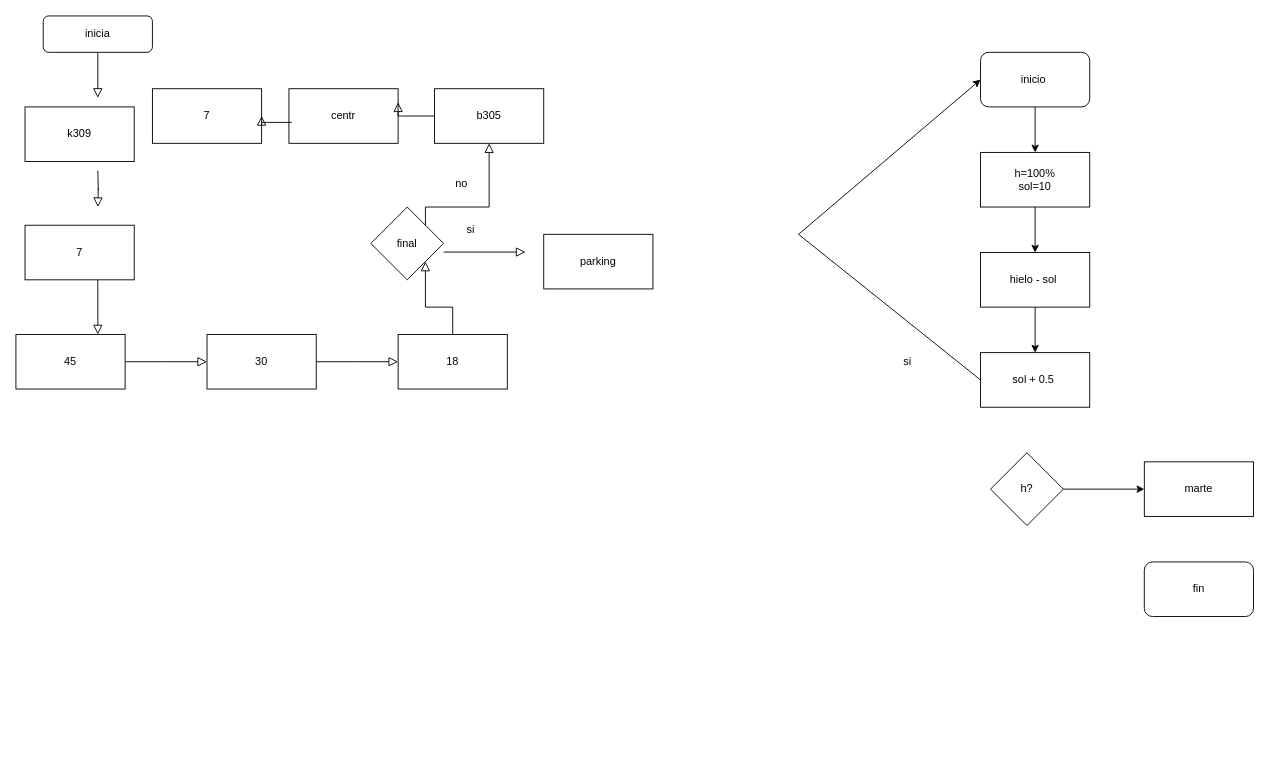
Before: Diagrama sin título.drawio in thomisanti/primer-semestre-, a draw.io diagram. Source tidied: cells renumbered, new cells numbered last; positions are measured from the earlier drawing's top-left corner, leaving out a move shared by most shapes. Both pictures are drawn from the tidied source at 91%, with x=0, y=0 at pixel (15, 15).
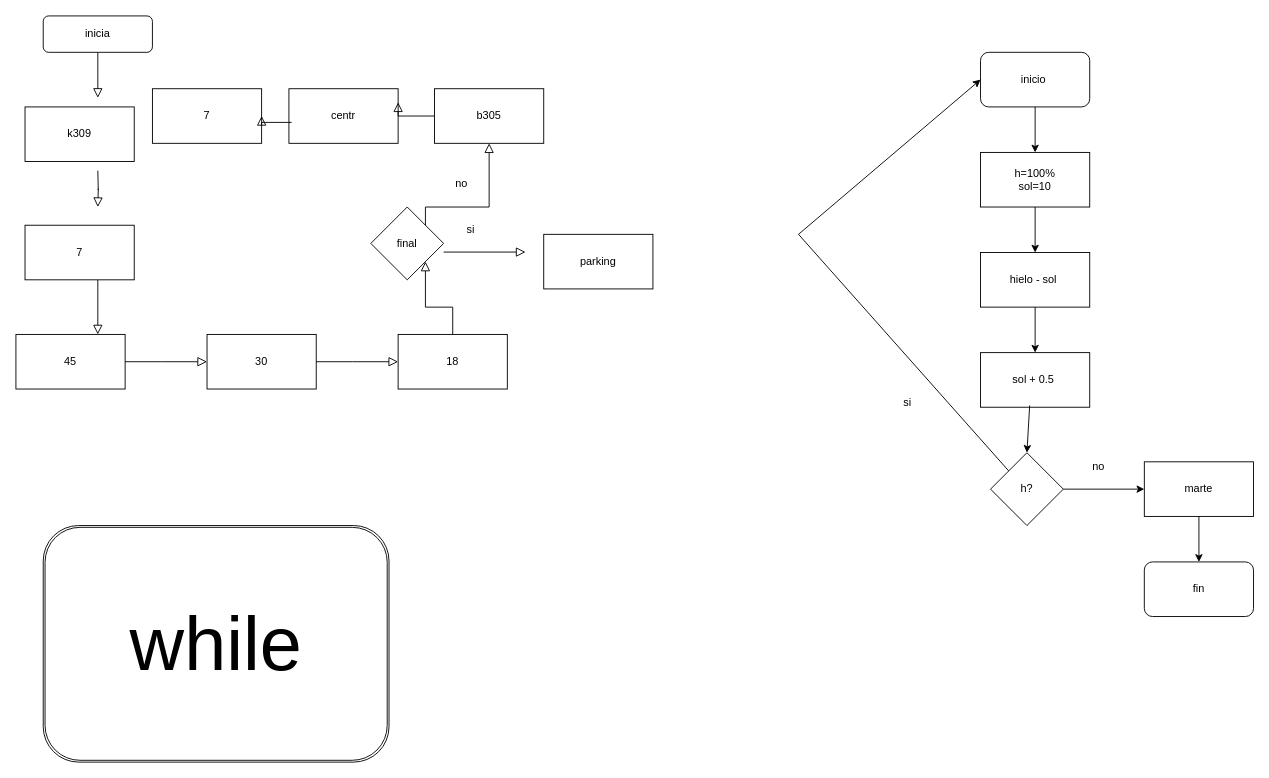
The same page after the edit.

The change refers to these unchanged cells:
```xml
<mxCell id="25" value="inicio&amp;nbsp;" style="rounded=1;whiteSpace=wrap;html=1;" parent="1" vertex="1">
  <mxGeometry x="1060" y="40" width="120" height="60" as="geometry" />
</mxCell>
<mxCell id="28" value="sol + 0.5&amp;nbsp;" style="rounded=0;whiteSpace=wrap;html=1;" parent="1" vertex="1">
  <mxGeometry x="1060" y="370" width="120" height="60" as="geometry" />
</mxCell>
<mxCell id="29" value="marte" style="rounded=0;whiteSpace=wrap;html=1;" parent="1" vertex="1">
  <mxGeometry x="1240" y="490" width="120" height="60" as="geometry" />
</mxCell>
<mxCell id="30" value="h?" style="rhombus;whiteSpace=wrap;html=1;" parent="1" vertex="1">
  <mxGeometry x="1071" y="480" width="80" height="80" as="geometry" />
</mxCell>
<mxCell id="31" value="fin" style="rounded=1;whiteSpace=wrap;html=1;" parent="1" vertex="1">
  <mxGeometry x="1240" y="600" width="120" height="60" as="geometry" />
</mxCell>
```

The edit, as a diff of the source:
```diff
@@
-    <mxCell id="32" style="endArrow=classic;html=1;rounded=0;exitX=0;exitY=0.5;exitDx=0;exitDy=0;entryX=0;entryY=0.5;entryDx=0;entryDy=0;" parent="1" edge="1" source="28" target="25">
+    <mxCell id="32" style="endArrow=classic;html=1;rounded=0;exitX=0;exitY=0;exitDx=0;exitDy=0;entryX=0;entryY=0.5;entryDx=0;entryDy=0;" parent="1" edge="1" source="30" target="25">
       <mxGeometry relative="1" as="geometry">
         <Array as="points">
           <mxPoint x="860" y="240" />
         </Array>
       </mxGeometry>
     </mxCell>
     <mxCell id="33" value="si" style="text;html=1;align=center;verticalAlign=middle;whiteSpace=wrap;rounded=0;" parent="1" vertex="1">
-      <mxGeometry x="950" y="365" width="60" height="30" as="geometry" />
+      <mxGeometry x="950" y="410" width="60" height="30" as="geometry" />
     </mxCell>
@@
+    <mxCell id="38" style="endArrow=classic;html=1;rounded=0;entryX=0.5;entryY=0;entryDx=0;entryDy=0;exitX=0.45;exitY=0.967;exitDx=0;exitDy=0;exitPerimeter=0;" parent="1" edge="1" source="28" target="30">
+      <mxGeometry relative="1" as="geometry" />
+    </mxCell>
+    <mxCell id="39" value="no" style="text;html=1;align=center;verticalAlign=middle;whiteSpace=wrap;rounded=0;" parent="1" vertex="1">
+      <mxGeometry x="1160" y="480" width="60" height="30" as="geometry" />
+    </mxCell>
+    <mxCell id="40" style="endArrow=classic;html=1;rounded=0;entryX=0.5;entryY=0;entryDx=0;entryDy=0;exitX=0.5;exitY=1;exitDx=0;exitDy=0;" parent="1" edge="1" source="29" target="31">
+      <mxGeometry relative="1" as="geometry" />
+    </mxCell>
+    <mxCell id="41" value="&lt;font style=&quot;font-size: 83px;&quot;&gt;while&lt;/font&gt;" style="shape=ext;double=1;rounded=1;whiteSpace=wrap;html=1;" parent="1" vertex="1">
+      <mxGeometry x="30" y="560" width="380" height="260" as="geometry" />
+    </mxCell>
```
